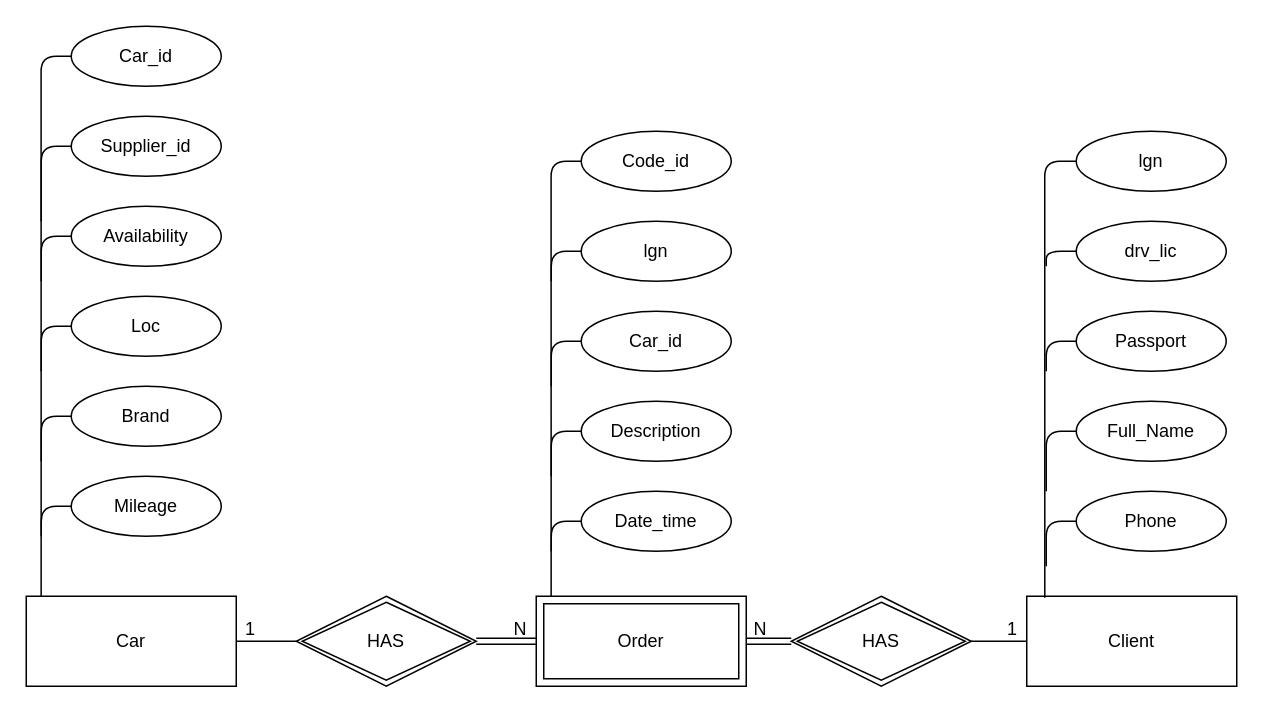
Above: page "ER" (2 of 5) of docs/diags.drawio in dimas-defender/dailyauto-webapi (draw.io), before the change. Source tidied: cells renumbered, new cells numbered last; positions are measured from the earlier drawing's top-left corner, leaving out a move shared by most shapes. Both pictures are drawn from the tidied source at 150%, with x=0, y=0 at pixel (26, 26).
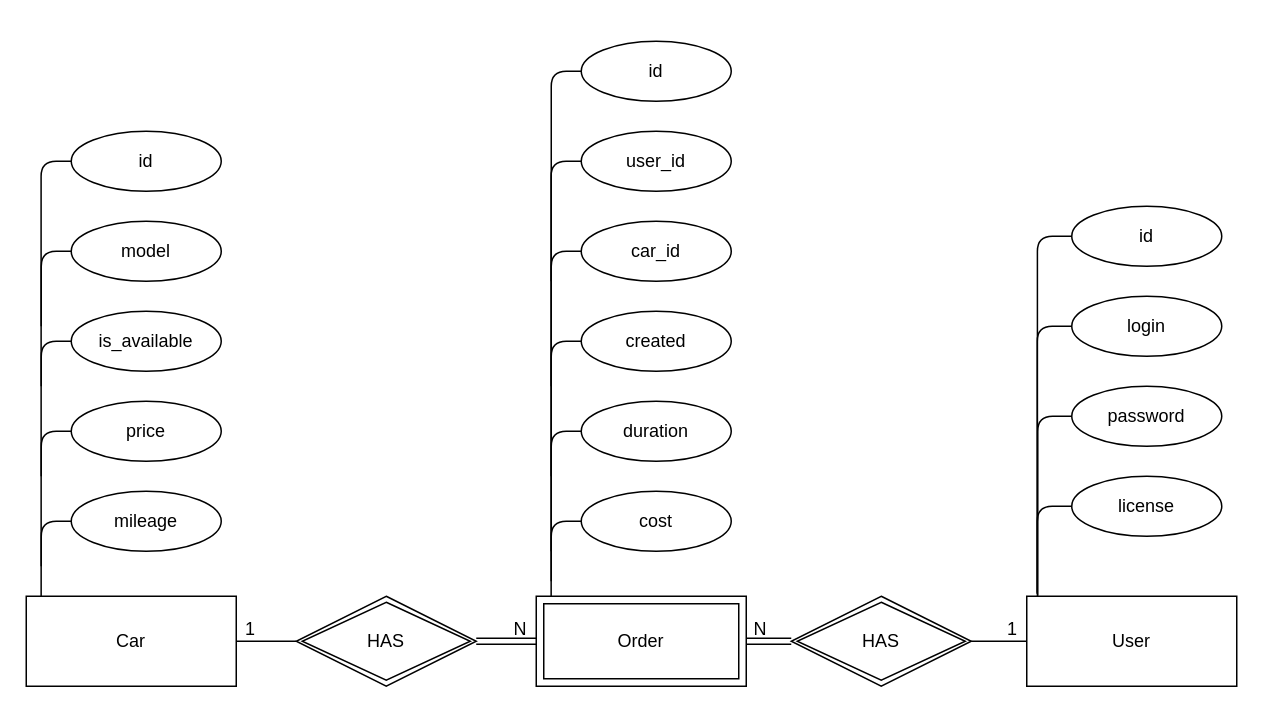
The same diagram, later.

Diff of the diagram source:
```diff
@@
-    <mxCell id="4" value="Client" style="whiteSpace=wrap;html=1;align=center;" parent="1" vertex="1">
+    <mxCell id="4" value="User" style="whiteSpace=wrap;html=1;align=center;" parent="1" vertex="1">
       <mxGeometry x="667" y="380" width="140" height="60" as="geometry" />
     </mxCell>
@@
-    <mxCell id="8" value="Car_id" style="ellipse;whiteSpace=wrap;html=1;align=center;" parent="1" vertex="1">
-      <mxGeometry x="30" width="100" height="40" as="geometry" />
+    <mxCell id="8" value="id" style="ellipse;whiteSpace=wrap;html=1;align=center;" parent="1" vertex="1">
+      <mxGeometry x="30" y="70" width="100" height="40" as="geometry" />
     </mxCell>
     <mxCell id="9" style="edgeStyle=orthogonalEdgeStyle;rounded=1;jettySize=auto;html=1;exitX=0;exitY=0.5;exitDx=0;exitDy=0;endArrow=none;endFill=0;elbow=vertical;" parent="1" edge="1" source="10">
       <mxGeometry relative="1" as="geometry">
-        <mxPoint x="10" y="130" as="targetPoint" />
+        <mxPoint x="10" y="200" as="targetPoint" />
       </mxGeometry>
     </mxCell>
-    <mxCell id="10" value="Supplier_id" style="ellipse;whiteSpace=wrap;html=1;align=center;" parent="1" vertex="1">
-      <mxGeometry x="30" y="60" width="100" height="40" as="geometry" />
+    <mxCell id="10" value="model" style="ellipse;whiteSpace=wrap;html=1;align=center;" parent="1" vertex="1">
+      <mxGeometry x="30" y="130" width="100" height="40" as="geometry" />
     </mxCell>
     <mxCell id="11" style="edgeStyle=orthogonalEdgeStyle;rounded=1;jettySize=auto;html=1;exitX=0;exitY=0.5;exitDx=0;exitDy=0;endArrow=none;endFill=0;elbow=vertical;" parent="1" edge="1" source="12">
       <mxGeometry relative="1" as="geometry">
-        <mxPoint x="10" y="170" as="targetPoint" />
+        <mxPoint x="10" y="240" as="targetPoint" />
       </mxGeometry>
     </mxCell>
-    <mxCell id="12" value="Availability" style="ellipse;whiteSpace=wrap;html=1;align=center;" parent="1" vertex="1">
-      <mxGeometry x="30" y="120" width="100" height="40" as="geometry" />
+    <mxCell id="12" value="is_available" style="ellipse;whiteSpace=wrap;html=1;align=center;" parent="1" vertex="1">
+      <mxGeometry x="30" y="190" width="100" height="40" as="geometry" />
     </mxCell>
     <mxCell id="13" style="edgeStyle=orthogonalEdgeStyle;rounded=1;jettySize=auto;html=1;exitX=0;exitY=0.5;exitDx=0;exitDy=0;endArrow=none;endFill=0;elbow=vertical;" parent="1" edge="1" source="14">
       <mxGeometry relative="1" as="geometry">
-        <mxPoint x="10" y="230" as="targetPoint" />
+        <mxPoint x="10" y="300" as="targetPoint" />
       </mxGeometry>
     </mxCell>
-    <mxCell id="14" value="Loc" style="ellipse;whiteSpace=wrap;html=1;align=center;" parent="1" vertex="1">
-      <mxGeometry x="30" y="180" width="100" height="40" as="geometry" />
+    <mxCell id="14" value="price" style="ellipse;whiteSpace=wrap;html=1;align=center;" parent="1" vertex="1">
+      <mxGeometry x="30" y="250" width="100" height="40" as="geometry" />
     </mxCell>
     <mxCell id="15" style="edgeStyle=orthogonalEdgeStyle;rounded=1;jettySize=auto;html=1;exitX=0;exitY=0.5;exitDx=0;exitDy=0;endArrow=none;endFill=0;elbow=vertical;" parent="1" edge="1" source="16">
       <mxGeometry relative="1" as="geometry">
-        <mxPoint x="10" y="290" as="targetPoint" />
+        <mxPoint x="10" y="360" as="targetPoint" />
       </mxGeometry>
     </mxCell>
-    <mxCell id="16" value="Brand" style="ellipse;whiteSpace=wrap;html=1;align=center;" parent="1" vertex="1">
-      <mxGeometry x="30" y="240" width="100" height="40" as="geometry" />
+    <mxCell id="16" value="mileage" style="ellipse;whiteSpace=wrap;html=1;align=center;" parent="1" vertex="1">
+      <mxGeometry x="30" y="310" width="100" height="40" as="geometry" />
     </mxCell>
-    <mxCell id="17" style="edgeStyle=orthogonalEdgeStyle;rounded=1;jettySize=auto;html=1;exitX=0;exitY=0.5;exitDx=0;exitDy=0;endArrow=none;endFill=0;elbow=vertical;" parent="1" edge="1" source="18">
-      <mxGeometry relative="1" as="geometry">
-        <mxPoint x="10" y="340" as="targetPoint" />
-      </mxGeometry>
-    </mxCell>
-    <mxCell id="18" value="Mileage" style="ellipse;whiteSpace=wrap;html=1;align=center;" parent="1" vertex="1">
-      <mxGeometry x="30" y="300" width="100" height="40" as="geometry" />
-    </mxCell>
@@
-    <mxCell id="20" value="Description" style="ellipse;whiteSpace=wrap;html=1;align=center;" parent="1" vertex="1">
+    <mxCell id="20" value="duration" style="ellipse;whiteSpace=wrap;html=1;align=center;" parent="1" vertex="1">
       <mxGeometry x="370" y="250" width="100" height="40" as="geometry" />
     </mxCell>
@@
-    <mxCell id="22" value="Car_id" style="ellipse;whiteSpace=wrap;html=1;align=center;" parent="1" vertex="1">
+    <mxCell id="22" value="created" style="ellipse;whiteSpace=wrap;html=1;align=center;" parent="1" vertex="1">
       <mxGeometry x="370" y="190" width="100" height="40" as="geometry" />
     </mxCell>
@@
-    <mxCell id="24" value="lgn" style="ellipse;whiteSpace=wrap;html=1;align=center;" parent="1" vertex="1">
+    <mxCell id="24" value="car_id" style="ellipse;whiteSpace=wrap;html=1;align=center;" parent="1" vertex="1">
       <mxGeometry x="370" y="130" width="100" height="40" as="geometry" />
     </mxCell>
@@
-    <mxCell id="26" value="Code_id" style="ellipse;whiteSpace=wrap;html=1;align=center;" parent="1" vertex="1">
+    <mxCell id="26" value="user_id" style="ellipse;whiteSpace=wrap;html=1;align=center;" parent="1" vertex="1">
       <mxGeometry x="370" y="70" width="100" height="40" as="geometry" />
     </mxCell>
@@
-    <mxCell id="28" value="Date_time" style="ellipse;whiteSpace=wrap;html=1;align=center;" parent="1" vertex="1">
+    <mxCell id="28" value="cost" style="ellipse;whiteSpace=wrap;html=1;align=center;" parent="1" vertex="1">
       <mxGeometry x="370" y="310" width="100" height="40" as="geometry" />
     </mxCell>
-    <mxCell id="29" style="edgeStyle=orthogonalEdgeStyle;rounded=1;jettySize=auto;html=1;exitX=0;exitY=0.5;exitDx=0;exitDy=0;entryX=0.086;entryY=0.017;entryDx=0;entryDy=0;entryPerimeter=0;endArrow=none;endFill=0;elbow=vertical;" parent="1" edge="1" source="30" target="4">
+    <mxCell id="29" style="edgeStyle=orthogonalEdgeStyle;rounded=1;jettySize=auto;html=1;exitX=0;exitY=0.5;exitDx=0;exitDy=0;entryX=0.051;entryY=0.008;entryDx=0;entryDy=0;entryPerimeter=0;strokeColor=default;endArrow=none;endFill=0;" parent="1" edge="1" source="30" target="4">
       <mxGeometry relative="1" as="geometry" />
     </mxCell>
-    <mxCell id="30" value="lgn" style="ellipse;whiteSpace=wrap;html=1;align=center;" parent="1" vertex="1">
-      <mxGeometry x="700" y="70" width="100" height="40" as="geometry" />
+    <mxCell id="30" value="id" style="ellipse;whiteSpace=wrap;html=1;align=center;" parent="1" vertex="1">
+      <mxGeometry x="697" y="120" width="100" height="40" as="geometry" />
     </mxCell>
-    <mxCell id="31" style="edgeStyle=orthogonalEdgeStyle;rounded=1;jettySize=auto;html=1;exitX=0;exitY=0.5;exitDx=0;exitDy=0;endArrow=none;endFill=0;elbow=vertical;" parent="1" edge="1" source="32">
-      <mxGeometry relative="1" as="geometry">
-        <mxPoint x="680" y="160" as="targetPoint" />
-      </mxGeometry>
-    </mxCell>
+    <mxCell id="47" style="edgeStyle=orthogonalEdgeStyle;rounded=1;jettySize=auto;html=1;exitX=0;exitY=0.5;exitDx=0;exitDy=0;entryX=0.05;entryY=-0.039;entryDx=0;entryDy=0;entryPerimeter=0;strokeColor=default;endArrow=none;endFill=0;" parent="1" edge="1" source="32" target="4">
+      <mxGeometry relative="1" as="geometry" />
+    </mxCell>
-    <mxCell id="32" value="drv_lic" style="ellipse;whiteSpace=wrap;html=1;align=center;" parent="1" vertex="1">
-      <mxGeometry x="700" y="130" width="100" height="40" as="geometry" />
+    <mxCell id="32" value="login" style="ellipse;whiteSpace=wrap;html=1;align=center;" parent="1" vertex="1">
+      <mxGeometry x="697" y="180" width="100" height="40" as="geometry" />
     </mxCell>
-    <mxCell id="33" style="edgeStyle=orthogonalEdgeStyle;rounded=1;jettySize=auto;html=1;exitX=0;exitY=0.5;exitDx=0;exitDy=0;endArrow=none;endFill=0;elbow=vertical;" parent="1" edge="1" source="34">
-      <mxGeometry relative="1" as="geometry">
-        <mxPoint x="680" y="230" as="targetPoint" />
-      </mxGeometry>
-    </mxCell>
+    <mxCell id="48" style="edgeStyle=orthogonalEdgeStyle;rounded=1;jettySize=auto;html=1;exitX=0;exitY=0.5;exitDx=0;exitDy=0;entryX=0.052;entryY=-0.006;entryDx=0;entryDy=0;entryPerimeter=0;strokeColor=default;endArrow=none;endFill=0;" parent="1" edge="1" source="34" target="4">
+      <mxGeometry relative="1" as="geometry" />
+    </mxCell>
-    <mxCell id="34" value="Passport" style="ellipse;whiteSpace=wrap;html=1;align=center;" parent="1" vertex="1">
-      <mxGeometry x="700" y="190" width="100" height="40" as="geometry" />
+    <mxCell id="34" value="password" style="ellipse;whiteSpace=wrap;html=1;align=center;" parent="1" vertex="1">
+      <mxGeometry x="697" y="240" width="100" height="40" as="geometry" />
     </mxCell>
-    <mxCell id="35" style="edgeStyle=orthogonalEdgeStyle;rounded=1;jettySize=auto;html=1;exitX=0;exitY=0.5;exitDx=0;exitDy=0;endArrow=none;endFill=0;elbow=vertical;" parent="1" edge="1" source="36">
-      <mxGeometry relative="1" as="geometry">
-        <mxPoint x="680" y="310" as="targetPoint" />
-      </mxGeometry>
-    </mxCell>
+    <mxCell id="49" style="edgeStyle=orthogonalEdgeStyle;rounded=1;jettySize=auto;html=1;exitX=0;exitY=0.5;exitDx=0;exitDy=0;entryX=0.05;entryY=-0.025;entryDx=0;entryDy=0;entryPerimeter=0;strokeColor=default;endArrow=none;endFill=0;" parent="1" edge="1" source="36" target="4">
+      <mxGeometry relative="1" as="geometry" />
+    </mxCell>
-    <mxCell id="36" value="Full_Name" style="ellipse;whiteSpace=wrap;html=1;align=center;" parent="1" vertex="1">
-      <mxGeometry x="700" y="250" width="100" height="40" as="geometry" />
+    <mxCell id="36" value="license" style="ellipse;whiteSpace=wrap;html=1;align=center;" parent="1" vertex="1">
+      <mxGeometry x="697" y="300" width="100" height="40" as="geometry" />
     </mxCell>
-    <mxCell id="37" style="edgeStyle=orthogonalEdgeStyle;rounded=1;jettySize=auto;html=1;exitX=0;exitY=0.5;exitDx=0;exitDy=0;endArrow=none;endFill=0;elbow=vertical;" parent="1" edge="1" source="38">
-      <mxGeometry relative="1" as="geometry">
-        <mxPoint x="680" y="360" as="targetPoint" />
-      </mxGeometry>
-    </mxCell>
-    <mxCell id="38" value="Phone" style="ellipse;whiteSpace=wrap;html=1;align=center;" parent="1" vertex="1">
-      <mxGeometry x="700" y="310" width="100" height="40" as="geometry" />
-    </mxCell>
@@
+    <mxCell id="50" style="edgeStyle=orthogonalEdgeStyle;rounded=1;jettySize=auto;html=1;exitX=0;exitY=0.5;exitDx=0;exitDy=0;strokeColor=default;endArrow=none;endFill=0;" parent="1" edge="1" source="51">
+      <mxGeometry relative="1" as="geometry">
+        <mxPoint x="350" y="370" as="targetPoint" />
+      </mxGeometry>
+    </mxCell>
+    <mxCell id="51" value="id" style="ellipse;whiteSpace=wrap;html=1;align=center;" parent="1" vertex="1">
+      <mxGeometry x="370" y="10" width="100" height="40" as="geometry" />
+    </mxCell>
```
